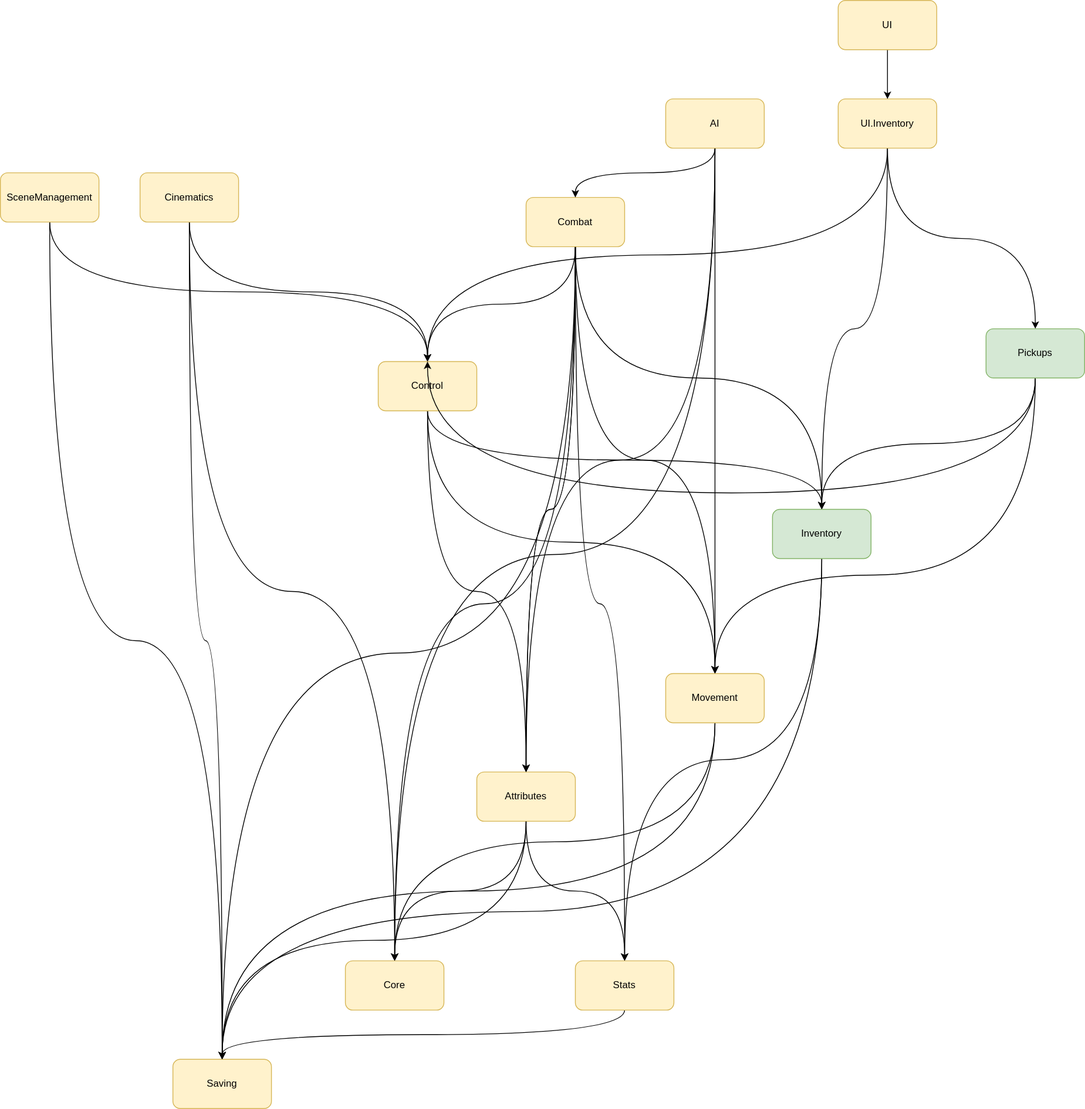
Before: Assets/Architecture/architecture.svg, a diagram exported from draw.io (ipevr/RPG-2024). Source tidied: cells renumbered, new cells last; positions are measured from the earlier drawing's top-left corner, leaving out a move shared by most shapes.
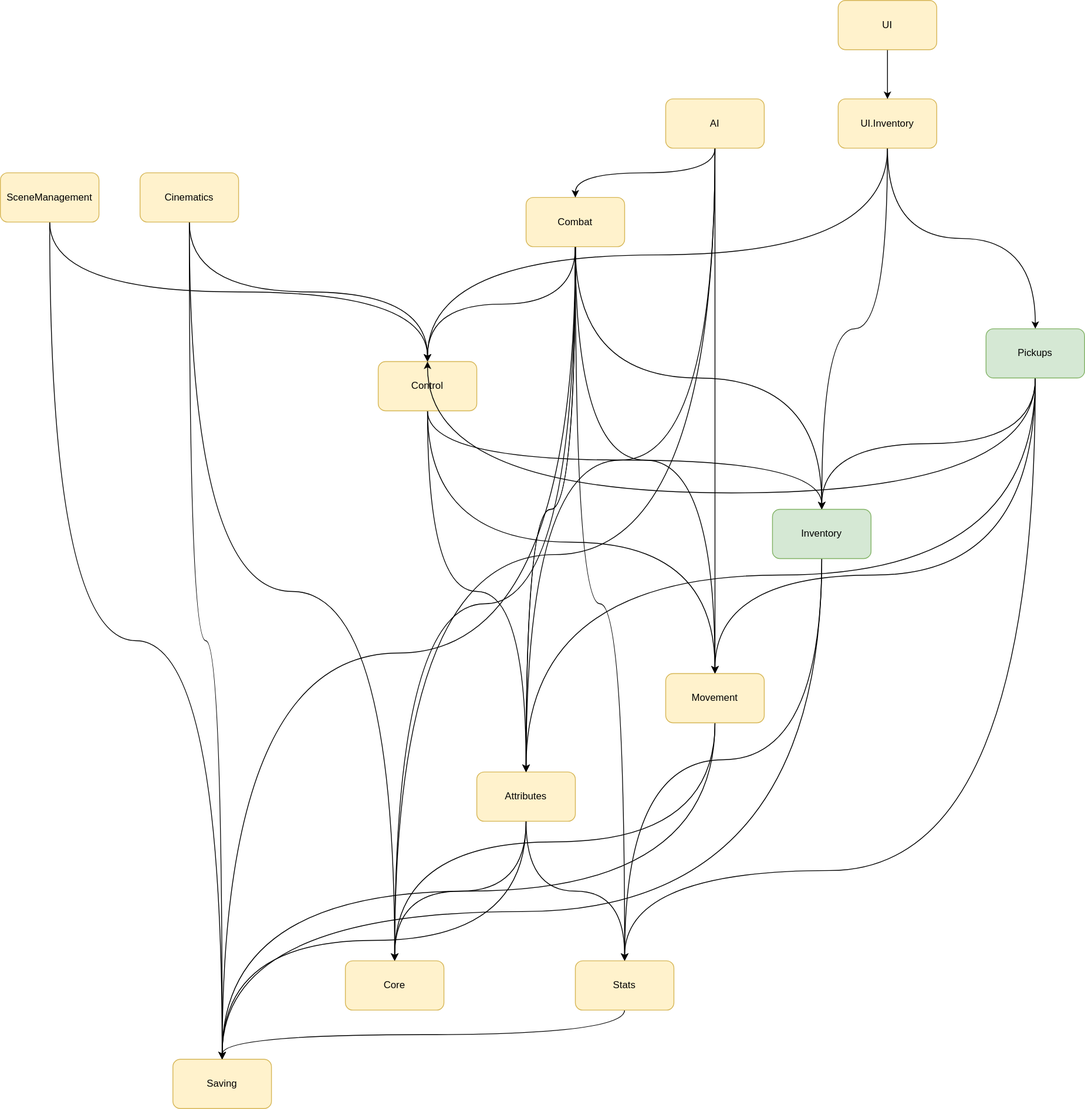
Above is the later version.

The edit, as a diff of the source:
```diff
@@ -155,6 +155,17 @@
         </Array>
       </mxGeometry>
     </mxCell>
+    <mxCell id="51" style="edgeStyle=orthogonalEdgeStyle;curved=1;rounded=0;jettySize=auto;html=1;exitX=0.5;exitY=1;exitDx=0;exitDy=0;entryX=0.5;entryY=0;entryDx=0;entryDy=0;" parent="1" edge="1" source="48" target="4">
+      <mxGeometry relative="1" as="geometry" />
+    </mxCell>
+    <mxCell id="52" style="edgeStyle=orthogonalEdgeStyle;curved=1;rounded=0;jettySize=auto;html=1;exitX=0.5;exitY=1;exitDx=0;exitDy=0;entryX=0.5;entryY=0;entryDx=0;entryDy=0;" parent="1" edge="1" source="48" target="31">
+      <mxGeometry relative="1" as="geometry">
+        <Array as="points">
+          <mxPoint x="1260" y="1060" />
+          <mxPoint x="760" y="1060" />
+        </Array>
+      </mxGeometry>
+    </mxCell>
     <mxCell id="48" value="Pickups" style="rounded=1;whiteSpace=wrap;html=1;fillColor=#d5e8d4;strokeColor=#82b366;" parent="1" vertex="1">
       <mxGeometry x="1200" y="400" width="120" height="60" as="geometry" />
     </mxCell>
```
